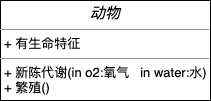
Above: img/uml-class.png in boilingfrog/design-pattern-learning (draw.io), before the change. Source tidied: cells renumbered, new cells last; positions are measured from the earlier drawing's top-left corner, leaving out a move shared by most shapes. Source of this version:
```xml
<mxGraphModel>
  <root>
    <mxCell id="0" />
    <mxCell id="1" parent="0" />
    <mxCell id="2" value="&lt;p style=&quot;margin: 4px 0px 0px ; text-align: center&quot;&gt;&lt;i&gt;&lt;font style=&quot;font-size: 15px&quot;&gt;动物&lt;/font&gt;&lt;/i&gt;&lt;/p&gt;&lt;hr size=&quot;1&quot; style=&quot;font-size: 13px&quot;&gt;&lt;p style=&quot;margin: 0px 0px 0px 4px ; font-size: 13px&quot;&gt;&lt;font style=&quot;font-size: 13px&quot;&gt;+ 有生命特征&lt;br&gt;&lt;/font&gt;&lt;/p&gt;&lt;hr size=&quot;1&quot; style=&quot;font-size: 13px&quot;&gt;&lt;p style=&quot;margin: 0px 0px 0px 4px ; font-size: 13px&quot;&gt;&lt;font style=&quot;font-size: 13px&quot;&gt;+ 新陈代谢(in o2:氧气&amp;nbsp; &amp;nbsp;in water:水)&lt;br&gt;+ 繁殖()&lt;/font&gt;&lt;/p&gt;" style="verticalAlign=top;align=left;overflow=fill;fontSize=12;fontFamily=Helvetica;html=1;" parent="1" vertex="1">
      <mxGeometry width="210" height="100" as="geometry" />
    </mxCell>
  </root>
</mxGraphModel>
```
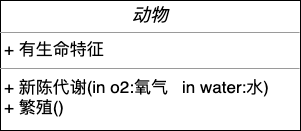
The same file after the commit.

The edit, as a diff of the source:
```diff
@@ -2,8 +2,8 @@
   <root>
     <mxCell id="0" />
     <mxCell id="1" parent="0" />
-    <mxCell id="2" value="&lt;p style=&quot;margin: 4px 0px 0px ; text-align: center&quot;&gt;&lt;i&gt;&lt;font style=&quot;font-size: 15px&quot;&gt;动物&lt;/font&gt;&lt;/i&gt;&lt;/p&gt;&lt;hr size=&quot;1&quot; style=&quot;font-size: 13px&quot;&gt;&lt;p style=&quot;margin: 0px 0px 0px 4px ; font-size: 13px&quot;&gt;&lt;font style=&quot;font-size: 13px&quot;&gt;+ 有生命特征&lt;br&gt;&lt;/font&gt;&lt;/p&gt;&lt;hr size=&quot;1&quot; style=&quot;font-size: 13px&quot;&gt;&lt;p style=&quot;margin: 0px 0px 0px 4px ; font-size: 13px&quot;&gt;&lt;font style=&quot;font-size: 13px&quot;&gt;+ 新陈代谢(in o2:氧气&amp;nbsp; &amp;nbsp;in water:水)&lt;br&gt;+ 繁殖()&lt;/font&gt;&lt;/p&gt;" style="verticalAlign=top;align=left;overflow=fill;fontSize=12;fontFamily=Helvetica;html=1;" parent="1" vertex="1">
-      <mxGeometry width="210" height="100" as="geometry" />
+    <mxCell id="2" value="&lt;p style=&quot;margin: 4px 0px 0px ; text-align: center&quot;&gt;&lt;i&gt;&lt;font style=&quot;font-size: 18px&quot;&gt;动物&lt;/font&gt;&lt;/i&gt;&lt;/p&gt;&lt;hr size=&quot;1&quot; style=&quot;font-size: 13px&quot;&gt;&lt;p style=&quot;margin: 0px 0px 0px 4px ; font-size: 17px&quot;&gt;&lt;font style=&quot;font-size: 17px&quot;&gt;+ 有生命特征&lt;br&gt;&lt;/font&gt;&lt;/p&gt;&lt;hr size=&quot;1&quot; style=&quot;font-size: 17px&quot;&gt;&lt;p style=&quot;margin: 0px 0px 0px 4px ; font-size: 17px&quot;&gt;&lt;font style=&quot;font-size: 17px&quot;&gt;+ 新陈代谢(in o2:氧气&amp;nbsp; &amp;nbsp;in water:水)&lt;br&gt;+ 繁殖()&lt;/font&gt;&lt;/p&gt;" style="verticalAlign=top;align=left;overflow=fill;fontSize=12;fontFamily=Helvetica;html=1;" parent="1" vertex="1">
+      <mxGeometry width="300" height="130" as="geometry" />
     </mxCell>
   </root>
 </mxGraphModel>
```
